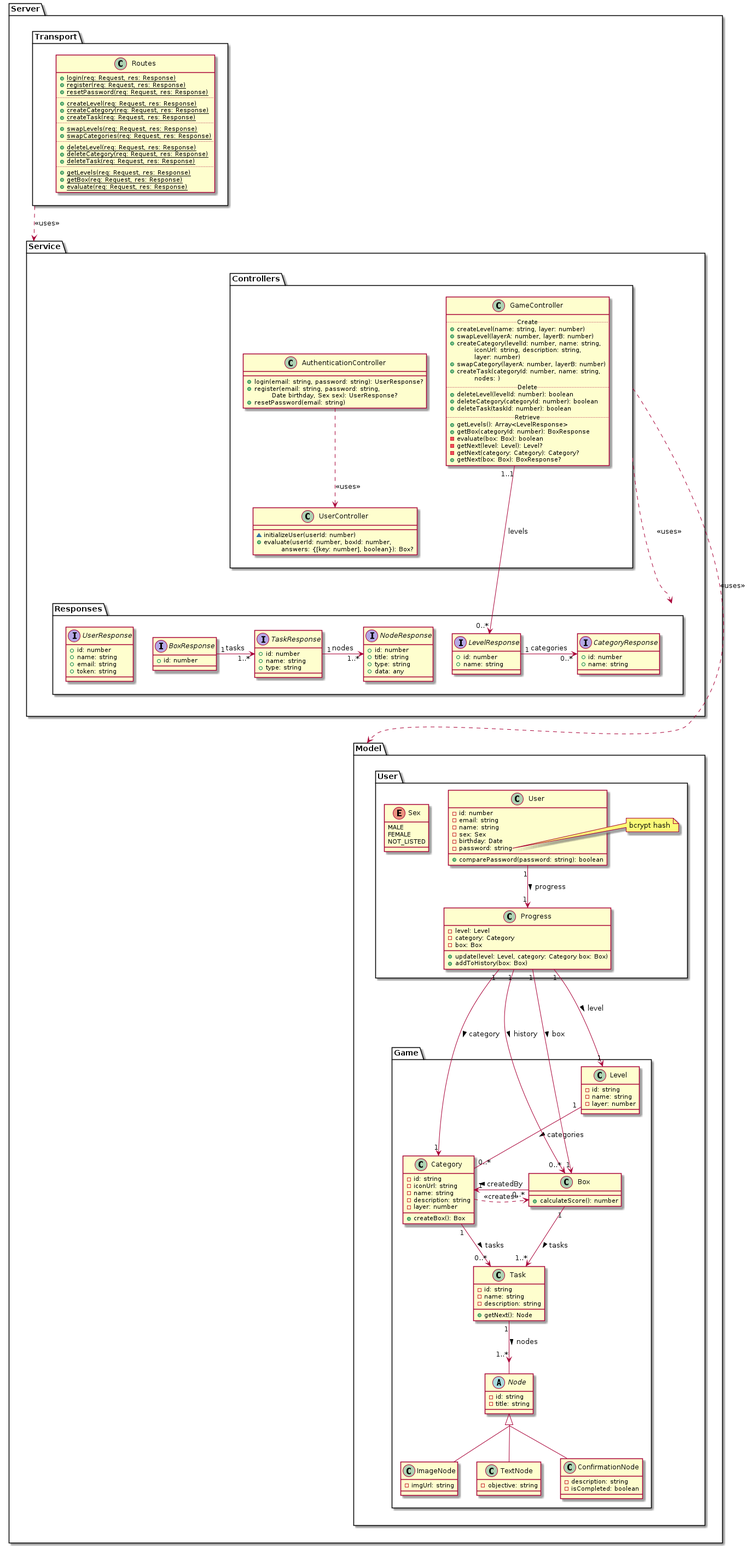
This is exported/classes/server/server.png from CITEI/Comunika, a PlantUML export, as it was before one commit. Its diagram source:
```plantuml
@startuml
skinparam groupInheritance 2

package Server {

  package Model {

    package Game {

      class Level {
        - id: string
        - name: string
        - layer: number
      }

      class Category {
        - id: string
        - iconUrl: string
        - name: string
        - description: string
        - layer: number
        + createBox(): Box
      }

      class Task {
        - id: string
        - name: string
        - description: string
        + getNext(): Node
      }

      abstract class Node {
        - id: string
        - title: string
      }

      class ImageNode extends Node {
        - imgUrl: string
      }

      class TextNode extends Node {
        - objective: string
      }

      class ConfirmationNode extends Node {
        - description: string
        - isCompleted: boolean
      }

      class Box {
        + calculateScore(): number
      }

      Level "1" -d- "0..*" Category: categories >
      Category "1" -d-> "0..*" Task: tasks >
      Task "1" -d-> "1..*" Node: nodes >

      Category ..> Box: <<creates>>
      Box "0..*" -> "1" Category: createdBy >
      Box "1" -d-> "1..*" Task: tasks >

    }

    package User {

      enum Sex {
        MALE
        FEMALE
        NOT_LISTED
      }

      class User {
        - id: number
        - email: string
        - name: string
        - sex: Sex
        - birthday: Date
        - password: string
        + comparePassword(password: string): boolean
      }

      note right of User::password
        bcrypt hash
      end note

      class Progress {
        - level: Level
        - category: Category
        - box: Box
        + update(level: Level, category: Category box: Box)
        + addToHistory(box: Box)
      }

      Progress "1" ---> "0..*" Box: history >
      Progress "1" ---> "1" Box: box >
      Progress "1" ---> "1" Category: category >
      Progress "1" ---> "1" Level: level >

      User "1" -d-> "1" Progress: progress >

    }

  }


  package Service {

    package Responses {

      interface NodeResponse {
        + id: number
        + title: string
        + type: string
        + data: any
      }

      interface TaskResponse {
        + id: number
        + name: string
        + type: string
      }

      interface BoxResponse {
        + id: number
      }

      interface CategoryResponse {
        + id: number
        + name: string
      }

      interface LevelResponse {
        + id: number
        + name: string
      }

      interface UserResponse {
        + id: number
        + name: string
        + email: string
        + token: string
      }

      LevelResponse "1" -> "0..*" CategoryResponse: categories
      BoxResponse "1" -> "1..*" TaskResponse: tasks
      TaskResponse "1" -> "1..*" NodeResponse: nodes

    }

    package Controllers {

      class GameController {
        .. Create ..
        + createLevel(name: string, layer: number)
        + swapLevel(layerA: number, layerB: number)
        + createCategory(levelId: number, name: string,\n\ticonUrl: string, description: string,\n\tlayer: number)
        + swapCategory(layerA: number, layerB: number)
        + createTask(categoryId: number, name: string,\n\tnodes: )
        .. Delete ..
        + deleteLevel(levelId: number): boolean
        + deleteCategory(categoryId: number): boolean
        + deleteTask(taskId: number): boolean
        .. Retrieve ..
        + getLevels(): Array<LevelResponse>
        + getBox(categoryId: number): BoxResponse
        - evaluate(box: Box): boolean
        - getNext(level: Level): Level?
        - getNext(category: Category): Category?
        + getNext(box: Box): BoxResponse?
      }

      class UserController {
        ~ initializeUser(userId: number)
        + evaluate(userId: number, boxId: number,\n\tanswers: {[key: number], boolean}): Box?
      }

      class AuthenticationController {
        + login(email: string, password: string): UserResponse?
        + register(email: string, password: string, \n\tDate birthday, Sex sex): UserResponse?
        + resetPassword(email: string)
      }

      AuthenticationController ..> UserController: "<<uses>>"
      GameController "1..1" -> "0..*" LevelResponse: levels

    }

    Controllers ...> Responses: <<uses>>

  }

  Controllers ....> Model: <<uses>>

  package Transport {

    class Routes {
      + {static} login(req: Request, res: Response)
      + {static} register(req: Request, res: Response)
      + {static} resetPassword(req: Request, res: Response)
      ..
      + {static} createLevel(req: Request, res: Response)
      + {static} createCategory(req: Request, res: Response)
      + {static} createTask(req: Request, res: Response)
      ..
      + {static} swapLevels(req: Request, res: Response)
      + {static} swapCategories(req: Request, res: Response)
      ..
      + {static} deleteLevel(req: Request, res: Response)
      + {static} deleteCategory(req: Request, res: Response)
      + {static} deleteTask(req: Request, res: Response)
      ..
      + {static} getLevels(req: Request, res: Response)
      + {static} getBox(req: Request, res: Response)
      + {static} evaluate(req: Request, res: Response)
    }


  }

  Transport ..> Service: <<uses>>

}

@enduml
```
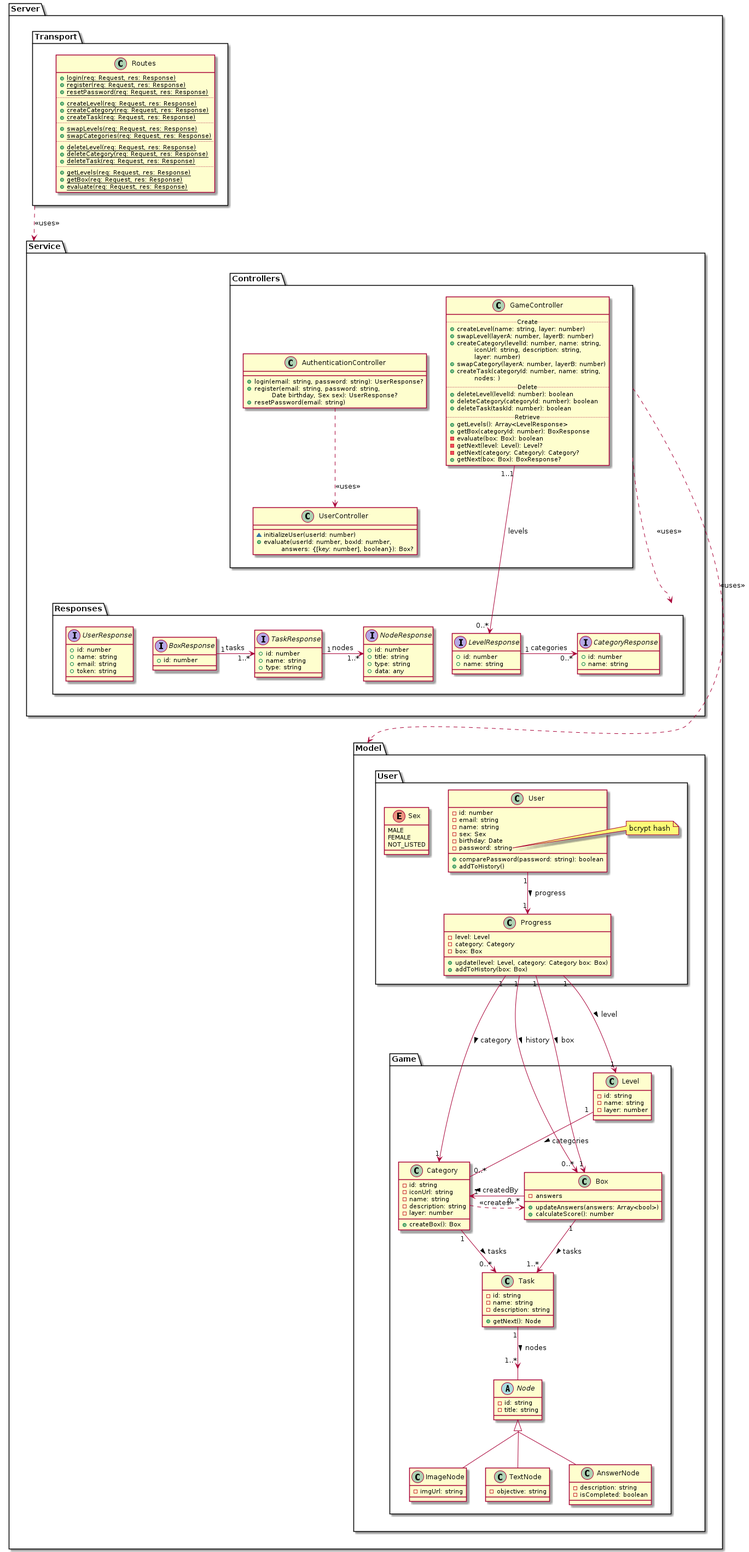
Later version of the same file.

Commit message:
Added missing methods after diagramming evaluation

What changed in the source:
```diff
@@ -42,12 +42,14 @@
         - objective: string
       }
 
-      class ConfirmationNode extends Node {
+      class AnswerNode extends Node {
         - description: string
         - isCompleted: boolean
       }
 
       class Box {
+        - answers
+        + updateAnswers(answers: Array<bool>)
         + calculateScore(): number
       }
 
@@ -77,6 +79,7 @@
         - birthday: Date
         - password: string
         + comparePassword(password: string): boolean
+        + addToHistory()
       }
 
       note right of User::password
```
